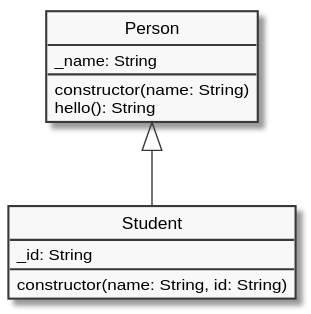
Earlier version of the PlantUML export core/object/assets/object-person-student.svg (ifpb/php-guide). Source of this version:
```plantuml
@startuml
skinparam classAttributeIconSize 0
skinparam monochrome true
hide circle

class Person {
    _name: String
    constructor(name: String)
    hello(): String
}

class Student {
    _id: String
    constructor(name: String, id: String)
}

Person <|-- Student
@enduml
```
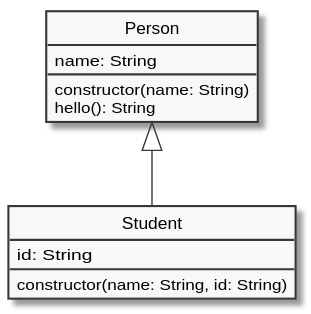
The same diagram one commit later.

The edit, as a diff of the source:
```diff
@@ -4,13 +4,13 @@
 hide circle
 
 class Person {
-    _name: String
+    name: String
     constructor(name: String)
     hello(): String
 }
 
 class Student {
-    _id: String
+    id: String
     constructor(name: String, id: String)
 }
 
```
